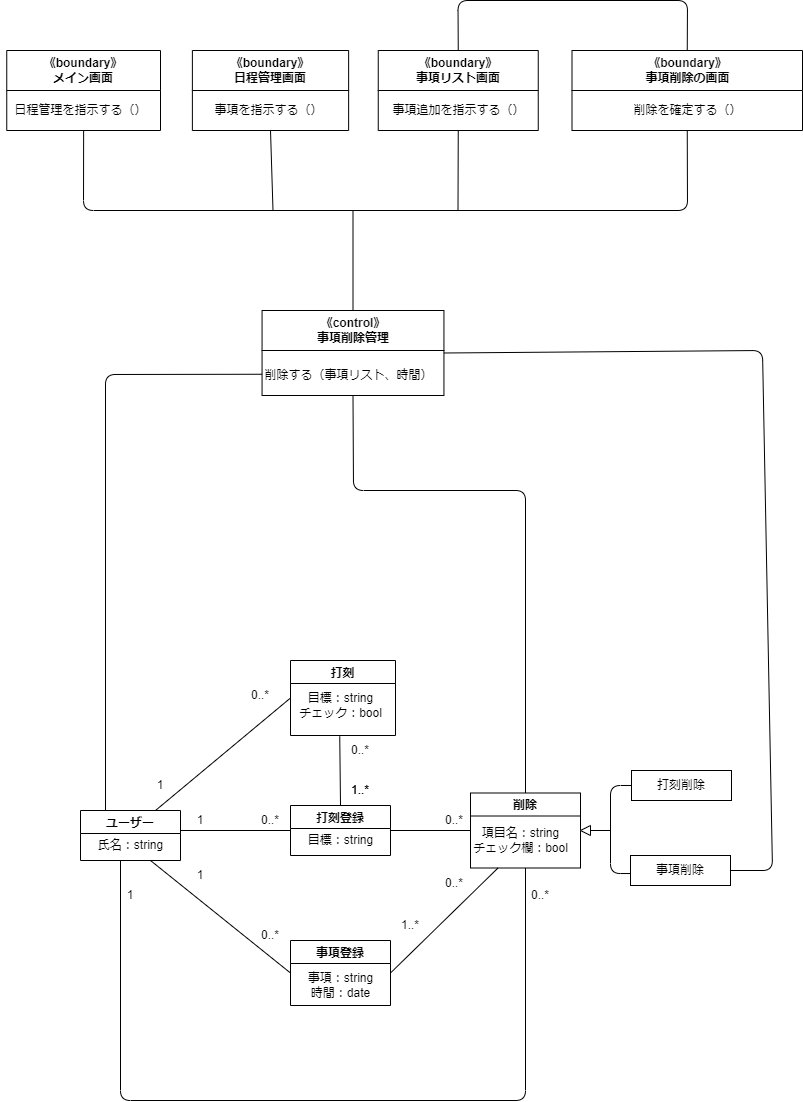
This is 分析Class11.drawio.png from Hu-Hanxu/First-App-Self-Management-, a draw.io export, as it was before one commit. Source tidied: cells renumbered, new cells last; positions are measured from the earlier drawing's top-left corner, leaving out a move shared by most shapes. The source it was exported from:
```xml
<mxGraphModel>
  <root>
    <mxCell id="0" />
    <mxCell id="1" parent="0" />
    <mxCell id="2" value="打刻登録" style="swimlane;" parent="1" vertex="1">
      <mxGeometry x="290" y="805" width="100" height="50" as="geometry" />
    </mxCell>
    <mxCell id="3" value="目標：string" style="text;html=1;align=center;verticalAlign=middle;strokeColor=none;fillColor=none;" parent="2" vertex="1">
      <mxGeometry x="5" y="20" width="90" height="30" as="geometry" />
    </mxCell>
    <mxCell id="4" value="事項登録" style="swimlane;" parent="1" vertex="1">
      <mxGeometry x="290" y="940" width="100" height="65" as="geometry" />
    </mxCell>
    <mxCell id="5" value="事項：string&lt;br&gt;時間：date" style="text;html=1;align=center;verticalAlign=middle;strokeColor=none;fillColor=none;" parent="4" vertex="1">
      <mxGeometry x="5" y="25" width="90" height="40" as="geometry" />
    </mxCell>
    <mxCell id="6" value="打刻" style="swimlane;" parent="1" vertex="1">
      <mxGeometry x="290" y="660" width="105" height="75" as="geometry" />
    </mxCell>
    <mxCell id="7" value="目標：string&lt;br&gt;チェック：bool" style="text;html=1;align=center;verticalAlign=middle;strokeColor=none;fillColor=none;" parent="6" vertex="1">
      <mxGeometry x="-5" y="25" width="110" height="40" as="geometry" />
    </mxCell>
    <mxCell id="8" style="endArrow=none;html=1;exitX=1;exitY=0.5;exitDx=0;exitDy=0;entryX=0;entryY=0.5;entryDx=0;entryDy=0;" parent="1" edge="1" target="2">
      <mxGeometry relative="1" as="geometry">
        <mxPoint x="180" y="830" as="sourcePoint" />
      </mxGeometry>
    </mxCell>
    <mxCell id="9" value="削除" style="swimlane;" parent="1" vertex="1">
      <mxGeometry x="470" y="792.5" width="110" height="75" as="geometry" />
    </mxCell>
    <mxCell id="10" value="項目名：string&lt;br&gt;チェック欄：bool" style="text;html=1;align=center;verticalAlign=middle;strokeColor=none;fillColor=none;" parent="9" vertex="1">
      <mxGeometry x="-10" y="27.5" width="120" height="40" as="geometry" />
    </mxCell>
    <mxCell id="11" style="endArrow=none;html=1;entryX=0;entryY=0.5;entryDx=0;entryDy=0;exitX=1;exitY=0.5;exitDx=0;exitDy=0;" parent="1" edge="1" source="2" target="9">
      <mxGeometry relative="1" as="geometry" />
    </mxCell>
    <mxCell id="12" value="打刻削除" style="rounded=0;whiteSpace=wrap;html=1;" parent="1" vertex="1">
      <mxGeometry x="631" y="770" width="100" height="30" as="geometry" />
    </mxCell>
    <mxCell id="13" value="事項削除" style="rounded=0;whiteSpace=wrap;html=1;" parent="1" vertex="1">
      <mxGeometry x="630" y="855" width="100" height="30" as="geometry" />
    </mxCell>
    <mxCell id="14" style="endArrow=none;html=1;entryX=0.5;entryY=1;entryDx=0;entryDy=0;exitX=0.5;exitY=1;exitDx=0;exitDy=0;" parent="1" edge="1" source="9">
      <mxGeometry relative="1" as="geometry">
        <mxPoint x="120" y="860" as="targetPoint" />
        <Array as="points">
          <mxPoint x="525" y="1100" />
          <mxPoint x="120" y="1100" />
        </Array>
      </mxGeometry>
    </mxCell>
    <mxCell id="15" style="endArrow=none;html=1;entryX=0;entryY=0.5;entryDx=0;entryDy=0;exitX=0.75;exitY=1;exitDx=0;exitDy=0;" parent="1" edge="1" target="4">
      <mxGeometry relative="1" as="geometry">
        <mxPoint x="150" y="860" as="sourcePoint" />
      </mxGeometry>
    </mxCell>
    <mxCell id="16" style="endArrow=none;html=1;exitX=1;exitY=0.5;exitDx=0;exitDy=0;entryX=0.25;entryY=1;entryDx=0;entryDy=0;" parent="1" edge="1" source="4" target="9">
      <mxGeometry relative="1" as="geometry" />
    </mxCell>
    <mxCell id="17" style="endArrow=none;html=1;exitX=0.5;exitY=0;exitDx=0;exitDy=0;entryX=0.154;entryY=0.024;entryDx=0;entryDy=0;entryPerimeter=0;" parent="1" edge="1" source="2" target="26">
      <mxGeometry relative="1" as="geometry" />
    </mxCell>
    <mxCell id="18" value="1" style="text;html=1;strokeColor=none;fillColor=none;align=center;verticalAlign=middle;whiteSpace=wrap;rounded=0;" parent="1" vertex="1">
      <mxGeometry x="170" y="805" width="60" height="30" as="geometry" />
    </mxCell>
    <mxCell id="19" value="1" style="text;html=1;strokeColor=none;fillColor=none;align=center;verticalAlign=middle;whiteSpace=wrap;rounded=0;" parent="1" vertex="1">
      <mxGeometry x="170" y="860" width="60" height="30" as="geometry" />
    </mxCell>
    <mxCell id="20" value="1" style="text;html=1;strokeColor=none;fillColor=none;align=center;verticalAlign=middle;whiteSpace=wrap;rounded=0;" parent="1" vertex="1">
      <mxGeometry x="100" y="880" width="60" height="30" as="geometry" />
    </mxCell>
    <mxCell id="21" value="0..*" style="text;html=1;strokeColor=none;fillColor=none;align=center;verticalAlign=middle;whiteSpace=wrap;rounded=0;" parent="1" vertex="1">
      <mxGeometry x="240" y="805" width="60" height="30" as="geometry" />
    </mxCell>
    <mxCell id="22" value="0..*" style="text;html=1;strokeColor=none;fillColor=none;align=center;verticalAlign=middle;whiteSpace=wrap;rounded=0;" parent="1" vertex="1">
      <mxGeometry x="240" y="920" width="60" height="30" as="geometry" />
    </mxCell>
    <mxCell id="23" value="0..*" style="text;html=1;strokeColor=none;fillColor=none;align=center;verticalAlign=middle;whiteSpace=wrap;rounded=0;" parent="1" vertex="1">
      <mxGeometry x="424" y="805" width="60" height="30" as="geometry" />
    </mxCell>
    <mxCell id="24" value="0..*" style="text;html=1;strokeColor=none;fillColor=none;align=center;verticalAlign=middle;whiteSpace=wrap;rounded=0;" parent="1" vertex="1">
      <mxGeometry x="424" y="867.5" width="60" height="30" as="geometry" />
    </mxCell>
    <mxCell id="25" value="0..*" style="text;html=1;strokeColor=none;fillColor=none;align=center;verticalAlign=middle;whiteSpace=wrap;rounded=0;" parent="1" vertex="1">
      <mxGeometry x="510" y="880" width="60" height="30" as="geometry" />
    </mxCell>
    <mxCell id="26" value="0..*" style="text;html=1;strokeColor=none;fillColor=none;align=center;verticalAlign=middle;whiteSpace=wrap;rounded=0;" parent="1" vertex="1">
      <mxGeometry x="330" y="735" width="60" height="30" as="geometry" />
    </mxCell>
    <mxCell id="27" value="1..*" style="text;html=1;strokeColor=none;fillColor=none;align=center;verticalAlign=middle;whiteSpace=wrap;rounded=0;" parent="1" vertex="1">
      <mxGeometry x="330" y="775" width="60" height="30" as="geometry" />
    </mxCell>
    <mxCell id="28" value="1..*" style="text;html=1;strokeColor=none;fillColor=none;align=center;verticalAlign=middle;whiteSpace=wrap;rounded=0;" parent="1" vertex="1">
      <mxGeometry x="330" y="775" width="60" height="30" as="geometry" />
    </mxCell>
    <mxCell id="29" value="1..*" style="text;html=1;strokeColor=none;fillColor=none;align=center;verticalAlign=middle;whiteSpace=wrap;rounded=0;" parent="1" vertex="1">
      <mxGeometry x="380" y="910" width="60" height="30" as="geometry" />
    </mxCell>
    <mxCell id="30" value="ユーザー" style="swimlane;" parent="1" vertex="1">
      <mxGeometry x="80" y="810" width="100" height="50" as="geometry" />
    </mxCell>
    <mxCell id="31" value="氏名：string" style="text;html=1;align=center;verticalAlign=middle;strokeColor=none;fillColor=none;" parent="30" vertex="1">
      <mxGeometry x="5" y="20" width="90" height="30" as="geometry" />
    </mxCell>
    <mxCell id="32" style="endArrow=none;html=1;exitX=0.75;exitY=0;exitDx=0;exitDy=0;entryX=0;entryY=0.5;entryDx=0;entryDy=0;" parent="1" edge="1" source="30" target="6">
      <mxGeometry relative="1" as="geometry" />
    </mxCell>
    <mxCell id="33" value="1" style="text;html=1;strokeColor=none;fillColor=none;align=center;verticalAlign=middle;whiteSpace=wrap;rounded=0;" parent="1" vertex="1">
      <mxGeometry x="130" y="770" width="60" height="30" as="geometry" />
    </mxCell>
    <mxCell id="34" value="0..*" style="text;html=1;strokeColor=none;fillColor=none;align=center;verticalAlign=middle;whiteSpace=wrap;rounded=0;" parent="1" vertex="1">
      <mxGeometry x="230" y="680" width="60" height="30" as="geometry" />
    </mxCell>
    <mxCell id="35" style="triangle;whiteSpace=wrap;html=1;direction=west;" parent="1" vertex="1">
      <mxGeometry x="580" y="825" width="10" height="10" as="geometry" />
    </mxCell>
    <mxCell id="36" style="endArrow=none;html=1;entryX=0;entryY=0.5;entryDx=0;entryDy=0;exitX=-0.005;exitY=0.601;exitDx=0;exitDy=0;exitPerimeter=0;" parent="1" edge="1" source="13" target="12">
      <mxGeometry relative="1" as="geometry">
        <Array as="points">
          <mxPoint x="610" y="873" />
          <mxPoint x="610" y="785" />
        </Array>
      </mxGeometry>
    </mxCell>
    <mxCell id="37" style="endArrow=none;html=1;entryX=0;entryY=0.5;entryDx=0;entryDy=0;" parent="1" edge="1" target="35">
      <mxGeometry relative="1" as="geometry">
        <mxPoint x="610" y="830" as="sourcePoint" />
      </mxGeometry>
    </mxCell>
    <mxCell id="38" value="&lt;span style=&quot;&quot;&gt;《control》&lt;br&gt;事項削除管理&lt;br&gt;&lt;/span&gt;" style="swimlane;whiteSpace=wrap;html=1;startSize=40;" parent="1" vertex="1">
      <mxGeometry x="261.6" y="310" width="181.9" height="85" as="geometry" />
    </mxCell>
    <mxCell id="39" value="削除する（事項リスト、時間）" style="text;html=1;align=center;verticalAlign=middle;strokeColor=none;fillColor=none;" parent="38" vertex="1">
      <mxGeometry x="-8.1" y="50" width="190" height="30" as="geometry" />
    </mxCell>
    <mxCell id="40" value="《boundary》&lt;br&gt;メイン画面" style="swimlane;whiteSpace=wrap;html=1;startSize=40;" parent="1" vertex="1">
      <mxGeometry x="6.2" y="50" width="153.8" height="80" as="geometry" />
    </mxCell>
    <mxCell id="41" value="日程管理を指示する（）" style="text;html=1;align=center;verticalAlign=middle;strokeColor=none;fillColor=none;" parent="40" vertex="1">
      <mxGeometry x="-6.2" y="45" width="160" height="30" as="geometry" />
    </mxCell>
    <mxCell id="42" value="《boundary》&lt;br&gt;日程管理画面" style="swimlane;whiteSpace=wrap;html=1;startSize=40;" parent="1" vertex="1">
      <mxGeometry x="191.9" y="50" width="156.2" height="80" as="geometry" />
    </mxCell>
    <mxCell id="43" value="事項を指示する（）" style="text;html=1;align=center;verticalAlign=middle;strokeColor=none;fillColor=none;" parent="42" vertex="1">
      <mxGeometry x="11.2" y="45" width="130" height="30" as="geometry" />
    </mxCell>
    <mxCell id="44" value="《boundary》&lt;br&gt;事項リスト画面" style="swimlane;whiteSpace=wrap;html=1;startSize=40;" parent="1" vertex="1">
      <mxGeometry x="377.8" y="50" width="160" height="80" as="geometry" />
    </mxCell>
    <mxCell id="45" value="事項追加を指示する（）" style="text;html=1;align=center;verticalAlign=middle;strokeColor=none;fillColor=none;" parent="44" vertex="1">
      <mxGeometry y="45" width="160" height="30" as="geometry" />
    </mxCell>
    <mxCell id="46" value="《boundary》&lt;br&gt;事項削除の画面" style="swimlane;whiteSpace=wrap;html=1;startSize=40;" parent="1" vertex="1">
      <mxGeometry x="571.5" y="50" width="230.5" height="80" as="geometry" />
    </mxCell>
    <mxCell id="47" value="削除を確定する（）" style="text;html=1;align=center;verticalAlign=middle;strokeColor=none;fillColor=none;" parent="46" vertex="1">
      <mxGeometry x="50.5" y="45" width="130" height="30" as="geometry" />
    </mxCell>
    <mxCell id="48" style="endArrow=none;html=1;exitX=0.5;exitY=1;exitDx=0;exitDy=0;entryX=0.5;entryY=1;entryDx=0;entryDy=0;" parent="1" edge="1" source="40" target="46">
      <mxGeometry relative="1" as="geometry">
        <Array as="points">
          <mxPoint x="83" y="210" />
          <mxPoint x="687" y="210" />
        </Array>
      </mxGeometry>
    </mxCell>
    <mxCell id="49" style="endArrow=none;html=1;entryX=0.5;entryY=1;entryDx=0;entryDy=0;" parent="1" edge="1" target="44">
      <mxGeometry relative="1" as="geometry">
        <mxPoint x="457.5" y="210" as="sourcePoint" />
      </mxGeometry>
    </mxCell>
    <mxCell id="50" style="endArrow=none;html=1;entryX=0.5;entryY=1;entryDx=0;entryDy=0;" parent="1" edge="1" target="42">
      <mxGeometry relative="1" as="geometry">
        <mxPoint x="272.5" y="210" as="sourcePoint" />
      </mxGeometry>
    </mxCell>
    <mxCell id="51" style="endArrow=none;html=1;exitX=0.5;exitY=0;exitDx=0;exitDy=0;" parent="1" edge="1" source="38">
      <mxGeometry relative="1" as="geometry">
        <mxPoint x="352.5" y="210" as="targetPoint" />
      </mxGeometry>
    </mxCell>
    <mxCell id="52" style="endArrow=none;html=1;entryX=0.5;entryY=0;entryDx=0;entryDy=0;exitX=0.5;exitY=0;exitDx=0;exitDy=0;" parent="1" edge="1" source="44" target="46">
      <mxGeometry relative="1" as="geometry">
        <Array as="points">
          <mxPoint x="457.5" />
          <mxPoint x="687" />
        </Array>
      </mxGeometry>
    </mxCell>
    <mxCell id="53" style="endArrow=none;html=1;exitX=0.25;exitY=0;exitDx=0;exitDy=0;entryX=0;entryY=0.75;entryDx=0;entryDy=0;" parent="1" edge="1" source="30" target="38">
      <mxGeometry relative="1" as="geometry">
        <Array as="points">
          <mxPoint x="105" y="374" />
        </Array>
      </mxGeometry>
    </mxCell>
    <mxCell id="54" style="endArrow=none;html=1;exitX=1;exitY=0.5;exitDx=0;exitDy=0;entryX=1;entryY=0.5;entryDx=0;entryDy=0;" parent="1" edge="1" source="13" target="38">
      <mxGeometry relative="1" as="geometry">
        <Array as="points">
          <mxPoint x="772" y="870" />
          <mxPoint x="762" y="350" />
        </Array>
      </mxGeometry>
    </mxCell>
    <mxCell id="55" style="endArrow=none;html=1;exitX=0.5;exitY=0;exitDx=0;exitDy=0;entryX=0.5;entryY=1;entryDx=0;entryDy=0;" parent="1" edge="1" source="9" target="38">
      <mxGeometry relative="1" as="geometry">
        <Array as="points">
          <mxPoint x="525" y="490" />
          <mxPoint x="353" y="490" />
        </Array>
      </mxGeometry>
    </mxCell>
  </root>
</mxGraphModel>
```
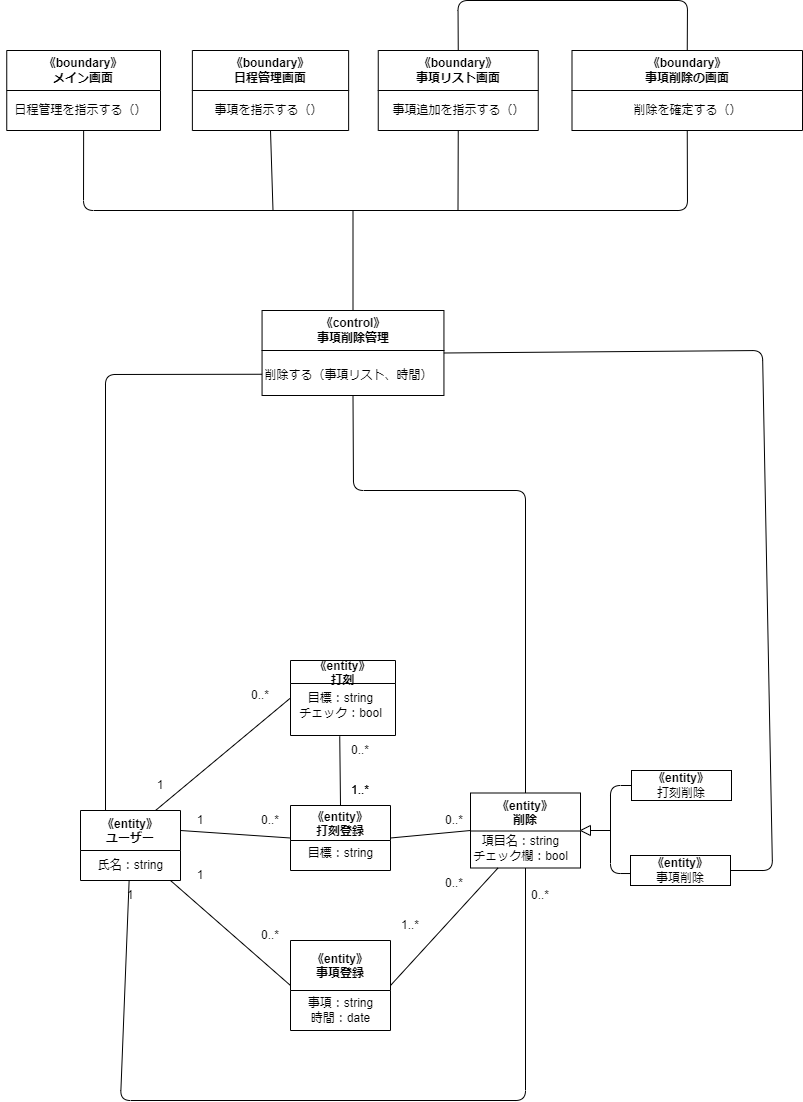
The same file after the commit.

The edit, as a diff of the source:
```diff
@@ -2,19 +2,19 @@
   <root>
     <mxCell id="0" />
     <mxCell id="1" parent="0" />
-    <mxCell id="2" value="打刻登録" style="swimlane;" parent="1" vertex="1">
-      <mxGeometry x="290" y="805" width="100" height="50" as="geometry" />
+    <mxCell id="2" value="《entity》&#10;打刻登録" style="swimlane;startSize=35;" parent="1" vertex="1">
+      <mxGeometry x="290" y="805" width="100" height="65" as="geometry" />
     </mxCell>
     <mxCell id="3" value="目標：string" style="text;html=1;align=center;verticalAlign=middle;strokeColor=none;fillColor=none;" parent="2" vertex="1">
-      <mxGeometry x="5" y="20" width="90" height="30" as="geometry" />
+      <mxGeometry x="5" y="32.5" width="90" height="30" as="geometry" />
     </mxCell>
-    <mxCell id="4" value="事項登録" style="swimlane;" parent="1" vertex="1">
-      <mxGeometry x="290" y="940" width="100" height="65" as="geometry" />
+    <mxCell id="4" value="《entity》&#10;事項登録" style="swimlane;startSize=50;" parent="1" vertex="1">
+      <mxGeometry x="290" y="940" width="100" height="90" as="geometry" />
     </mxCell>
     <mxCell id="5" value="事項：string&lt;br&gt;時間：date" style="text;html=1;align=center;verticalAlign=middle;strokeColor=none;fillColor=none;" parent="4" vertex="1">
-      <mxGeometry x="5" y="25" width="90" height="40" as="geometry" />
+      <mxGeometry x="5" y="50" width="90" height="40" as="geometry" />
     </mxCell>
-    <mxCell id="6" value="打刻" style="swimlane;" parent="1" vertex="1">
+    <mxCell id="6" value="《entity》&#10;打刻" style="swimlane;" parent="1" vertex="1">
       <mxGeometry x="290" y="660" width="105" height="75" as="geometry" />
     </mxCell>
     <mxCell id="7" value="目標：string&lt;br&gt;チェック：bool" style="text;html=1;align=center;verticalAlign=middle;strokeColor=none;fillColor=none;" parent="6" vertex="1">
@@ -25,34 +25,31 @@
         <mxPoint x="180" y="830" as="sourcePoint" />
       </mxGeometry>
     </mxCell>
-    <mxCell id="9" value="削除" style="swimlane;" parent="1" vertex="1">
+    <mxCell id="9" value="《entity》&#10;削除" style="swimlane;startSize=38;" parent="1" vertex="1">
       <mxGeometry x="470" y="792.5" width="110" height="75" as="geometry" />
     </mxCell>
     <mxCell id="10" value="項目名：string&lt;br&gt;チェック欄：bool" style="text;html=1;align=center;verticalAlign=middle;strokeColor=none;fillColor=none;" parent="9" vertex="1">
-      <mxGeometry x="-10" y="27.5" width="120" height="40" as="geometry" />
+      <mxGeometry x="-10" y="35" width="120" height="40" as="geometry" />
     </mxCell>
     <mxCell id="11" style="endArrow=none;html=1;entryX=0;entryY=0.5;entryDx=0;entryDy=0;exitX=1;exitY=0.5;exitDx=0;exitDy=0;" parent="1" edge="1" source="2" target="9">
       <mxGeometry relative="1" as="geometry" />
     </mxCell>
-    <mxCell id="12" value="打刻削除" style="rounded=0;whiteSpace=wrap;html=1;" parent="1" vertex="1">
+    <mxCell id="12" value="&lt;span style=&quot;font-weight: 700;&quot;&gt;《entity》&lt;/span&gt;&lt;br&gt;打刻削除" style="rounded=0;whiteSpace=wrap;html=1;" parent="1" vertex="1">
       <mxGeometry x="631" y="770" width="100" height="30" as="geometry" />
     </mxCell>
-    <mxCell id="13" value="事項削除" style="rounded=0;whiteSpace=wrap;html=1;" parent="1" vertex="1">
+    <mxCell id="13" value="&lt;span style=&quot;font-weight: 700;&quot;&gt;《entity》&lt;/span&gt;&lt;br&gt;事項削除" style="rounded=0;whiteSpace=wrap;html=1;" parent="1" vertex="1">
       <mxGeometry x="630" y="855" width="100" height="30" as="geometry" />
     </mxCell>
-    <mxCell id="14" style="endArrow=none;html=1;entryX=0.5;entryY=1;entryDx=0;entryDy=0;exitX=0.5;exitY=1;exitDx=0;exitDy=0;" parent="1" edge="1" source="9">
+    <mxCell id="14" style="endArrow=none;html=1;exitX=0.5;exitY=1;exitDx=0;exitDy=0;" parent="1" edge="1" source="9" target="30">
       <mxGeometry relative="1" as="geometry">
-        <mxPoint x="120" y="860" as="targetPoint" />
         <Array as="points">
           <mxPoint x="525" y="1100" />
           <mxPoint x="120" y="1100" />
         </Array>
       </mxGeometry>
     </mxCell>
-    <mxCell id="15" style="endArrow=none;html=1;entryX=0;entryY=0.5;entryDx=0;entryDy=0;exitX=0.75;exitY=1;exitDx=0;exitDy=0;" parent="1" edge="1" target="4">
-      <mxGeometry relative="1" as="geometry">
-        <mxPoint x="150" y="860" as="sourcePoint" />
-      </mxGeometry>
+    <mxCell id="15" style="endArrow=none;html=1;entryX=0;entryY=0.5;entryDx=0;entryDy=0;" parent="1" edge="1" source="30" target="4">
+      <mxGeometry relative="1" as="geometry" />
     </mxCell>
     <mxCell id="16" style="endArrow=none;html=1;exitX=1;exitY=0.5;exitDx=0;exitDy=0;entryX=0.25;entryY=1;entryDx=0;entryDy=0;" parent="1" edge="1" source="4" target="9">
       <mxGeometry relative="1" as="geometry" />
@@ -96,11 +93,11 @@
     <mxCell id="29" value="1..*" style="text;html=1;strokeColor=none;fillColor=none;align=center;verticalAlign=middle;whiteSpace=wrap;rounded=0;" parent="1" vertex="1">
       <mxGeometry x="380" y="910" width="60" height="30" as="geometry" />
     </mxCell>
-    <mxCell id="30" value="ユーザー" style="swimlane;" parent="1" vertex="1">
-      <mxGeometry x="80" y="810" width="100" height="50" as="geometry" />
+    <mxCell id="30" value="《entity》&#10;ユーザー" style="swimlane;startSize=40;" parent="1" vertex="1">
+      <mxGeometry x="80" y="810" width="100" height="70" as="geometry" />
     </mxCell>
     <mxCell id="31" value="氏名：string" style="text;html=1;align=center;verticalAlign=middle;strokeColor=none;fillColor=none;" parent="30" vertex="1">
-      <mxGeometry x="5" y="20" width="90" height="30" as="geometry" />
+      <mxGeometry x="5" y="40" width="90" height="30" as="geometry" />
     </mxCell>
     <mxCell id="32" style="endArrow=none;html=1;exitX=0.75;exitY=0;exitDx=0;exitDy=0;entryX=0;entryY=0.5;entryDx=0;entryDy=0;" parent="1" edge="1" source="30" target="6">
       <mxGeometry relative="1" as="geometry" />
```
